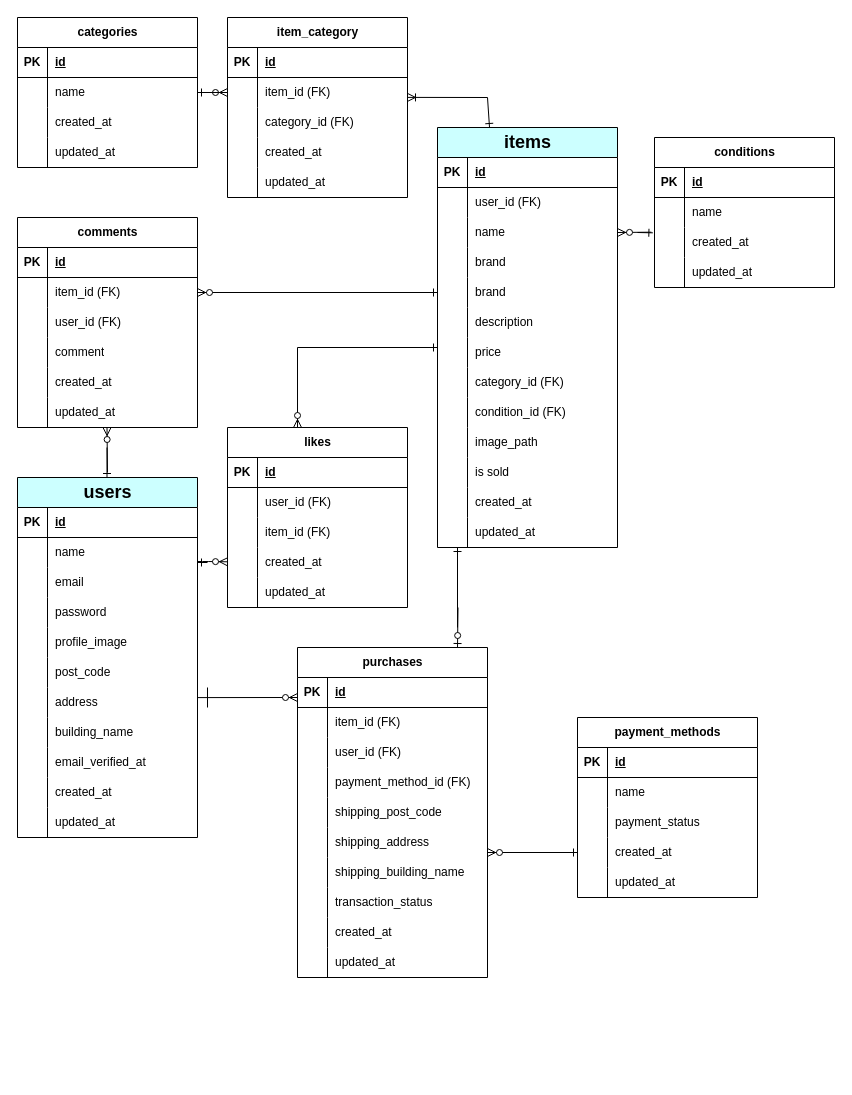
Before: er-diagram.drawio in hidama-rika/coachtech-pixel-market, a draw.io diagram. Source tidied: cells renumbered, new cells numbered last; positions are measured from the earlier drawing's top-left corner, leaving out a move shared by most shapes. Both pictures are drawn from the tidied source at 100%, with x=0, y=0 at pixel (17, 17).
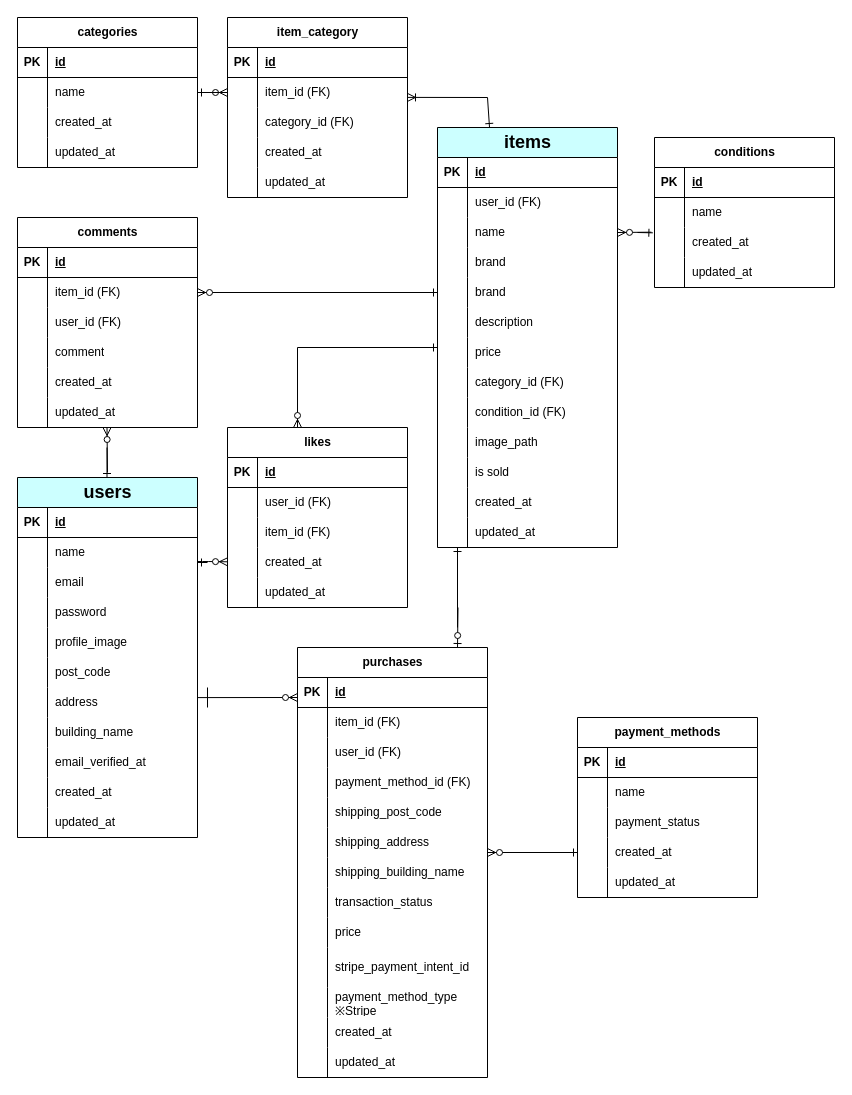
Above is the later version.

Commit message (it also covers changes not shown here):
ER図のpurchasesテーブルのカラム追加

Diff of the diagram source:
```diff
@@
     <mxCell id="103" value="purchases" style="shape=table;startSize=30;childLayout=tableLayout;rowLines=0;fontStyle=1;align=center;html=1;" parent="1" vertex="1">
-      <mxGeometry x="280" y="630" width="190" height="330" as="geometry" />
+      <mxGeometry x="280" y="630" width="190" height="430" as="geometry" />
     </mxCell>
@@
+    <mxCell id="221" style="shape=tableRow;horizontal=0;startSize=0;swimlaneHead=0;swimlaneBody=0;fillColor=none;top=0;left=0;right=0;bottom=0;" parent="103" vertex="1">
+      <mxGeometry y="270" width="190" height="30" as="geometry" />
+    </mxCell>
+    <mxCell id="222" style="shape=partialRectangle;fillColor=none;top=0;left=0;bottom=0;right=0;overflow=hidden;whiteSpace=wrap;html=1;" parent="221" vertex="1">
+      <mxGeometry width="30" height="30" as="geometry" />
+    </mxCell>
+    <mxCell id="223" value="price" style="shape=partialRectangle;fillColor=none;top=0;left=0;bottom=0;right=0;align=left;spacingLeft=6;overflow=hidden;whiteSpace=wrap;html=1;" parent="221" vertex="1">
+      <mxGeometry x="30" width="160" height="30" as="geometry" />
+    </mxCell>
+    <mxCell id="224" style="shape=tableRow;horizontal=0;startSize=0;swimlaneHead=0;swimlaneBody=0;fillColor=none;top=0;left=0;right=0;bottom=0;" parent="103" vertex="1">
+      <mxGeometry y="300" width="190" height="40" as="geometry" />
+    </mxCell>
+    <mxCell id="225" style="shape=partialRectangle;fillColor=none;top=0;left=0;bottom=0;right=0;overflow=hidden;whiteSpace=wrap;html=1;" parent="224" vertex="1">
+      <mxGeometry width="30" height="40" as="geometry" />
+    </mxCell>
+    <mxCell id="226" value="stripe_payment_intent_id" style="shape=partialRectangle;fillColor=none;top=0;left=0;bottom=0;right=0;align=left;spacingLeft=6;overflow=hidden;whiteSpace=wrap;html=1;" parent="224" vertex="1">
+      <mxGeometry x="30" width="160" height="40" as="geometry" />
+    </mxCell>
+    <mxCell id="227" style="shape=tableRow;horizontal=0;startSize=0;swimlaneHead=0;swimlaneBody=0;fillColor=none;top=0;left=0;right=0;bottom=0;" parent="103" vertex="1">
+      <mxGeometry y="340" width="190" height="30" as="geometry" />
+    </mxCell>
+    <mxCell id="228" style="shape=partialRectangle;fillColor=none;top=0;left=0;bottom=0;right=0;overflow=hidden;whiteSpace=wrap;html=1;" parent="227" vertex="1">
+      <mxGeometry width="30" height="30" as="geometry" />
+    </mxCell>
+    <mxCell id="229" value="payment_method_type&lt;br&gt;※Stripe" style="shape=partialRectangle;fillColor=none;top=0;left=0;bottom=0;right=0;align=left;spacingLeft=6;overflow=hidden;whiteSpace=wrap;html=1;" parent="227" vertex="1">
+      <mxGeometry x="30" width="160" height="30" as="geometry" />
+    </mxCell>
     <mxCell id="128" style="shape=tableRow;horizontal=0;startSize=0;swimlaneHead=0;swimlaneBody=0;fillColor=none;top=0;left=0;right=0;bottom=0;" parent="103" vertex="1">
-      <mxGeometry y="270" width="190" height="30" as="geometry" />
+      <mxGeometry y="370" width="190" height="30" as="geometry" />
     </mxCell>
@@
     <mxCell id="131" style="shape=tableRow;horizontal=0;startSize=0;swimlaneHead=0;swimlaneBody=0;fillColor=none;top=0;left=0;right=0;bottom=0;" parent="103" vertex="1">
-      <mxGeometry y="300" width="190" height="30" as="geometry" />
+      <mxGeometry y="400" width="190" height="30" as="geometry" />
     </mxCell>
```
